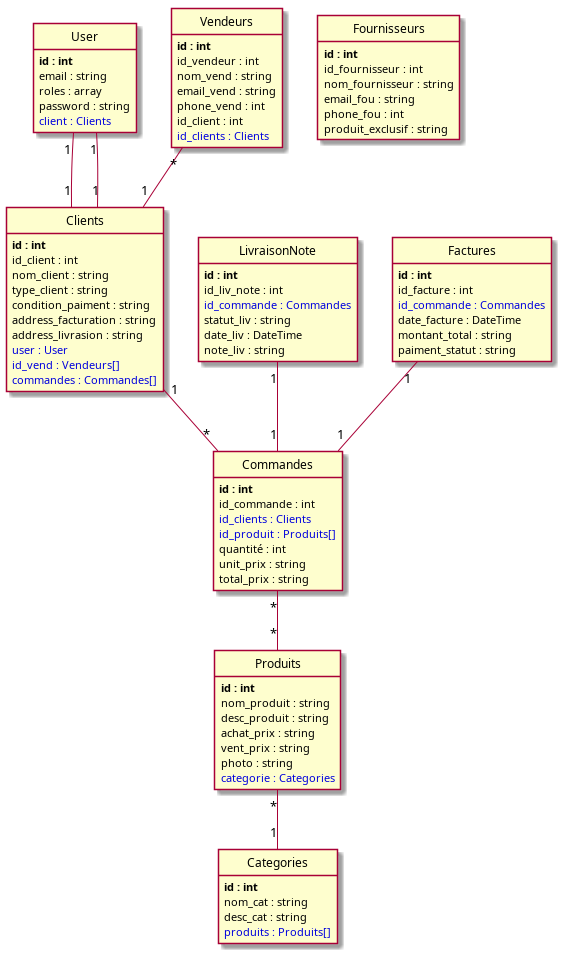
Above: puml/index.png in NasiraNaiby/sf_green_village_v2 (PlantUML), before the change. Its source is kept beside it as puml/index.puml.
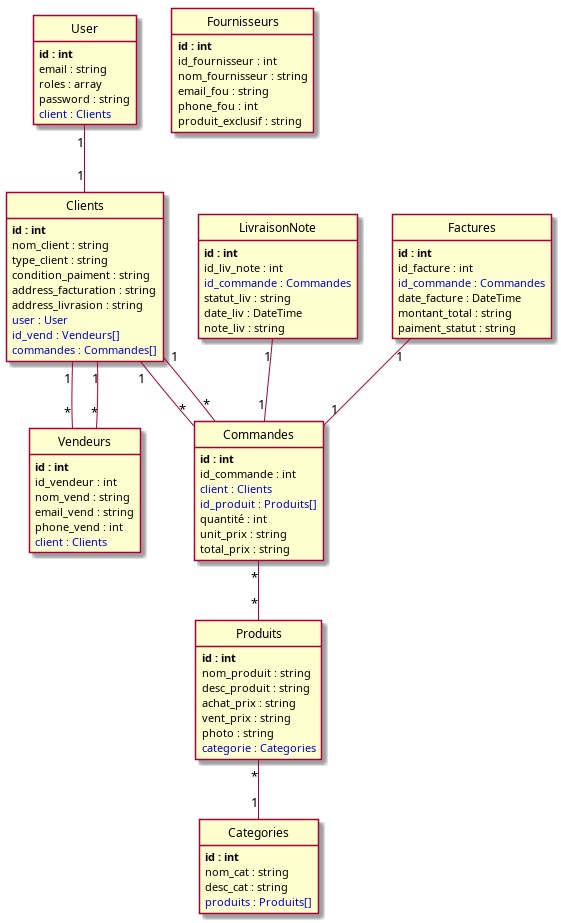
Above is the later version.

What changed in the source:
```diff
@@ -13,8 +13,7 @@
 	nom_vend : string
 	email_vend : string
 	phone_vend : int
-	id_client : int
-	<color:#0000dd>id_clients : Clients</color>
+	<color:#0000dd>client : Clients</color>
 }
 
 class Produits {
@@ -38,7 +37,6 @@
 
 class Clients {
 	**id : int**
-	id_client : int
 	nom_client : string
 	type_client : string
 	condition_paiment : string
@@ -77,7 +75,7 @@
 class Commandes {
 	**id : int**
 	id_commande : int
-	<color:#0000dd>id_clients : Clients</color>
+	<color:#0000dd>client : Clients</color>
 	<color:#0000dd>id_produit : Produits[]</color>
 	quantité : int
 	unit_prix : string
@@ -88,9 +86,10 @@
 Vendeurs "*"--"1" Clients
 Produits "*"--"1" Categories
 LivraisonNote "1"--"1" Commandes
-Clients "1"--"1" User
+Clients "1"--"*" Vendeurs
 Clients "1"--"*" Commandes
 Factures "1"--"1" Commandes
+Commandes "*"--"1" Clients
 Commandes "*"--"*" Produits
 
 
```
